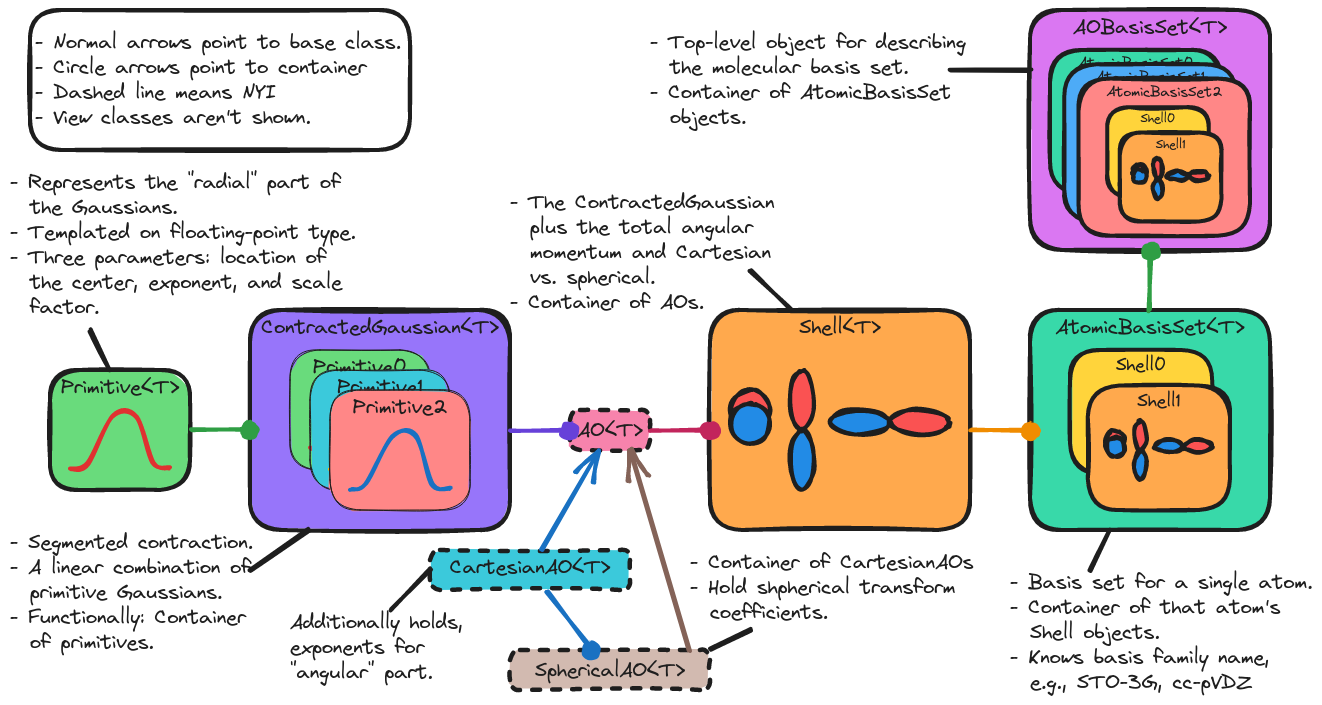
This is docs/source/developer/design/chemistry/assets/ao_basis_set.png from NWChemEx/Chemist, a Excalidraw export, as it was before one commit. Source tidied: one line per element, renumbered; positions are measured from the earlier drawing's top-left corner, leaving out a move shared by most shapes.
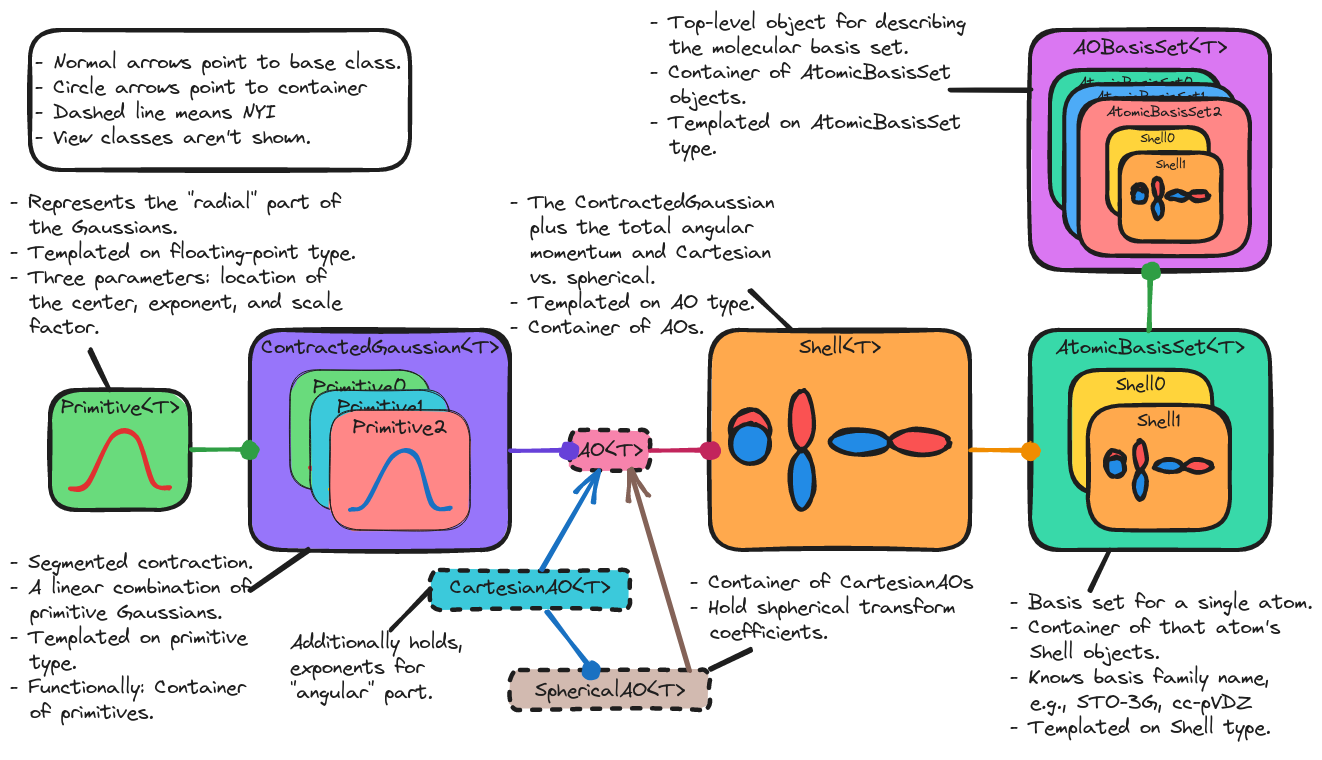
Later version of the same file.

What changed in the source:
```diff
@@ -6,7 +6,7 @@
 {"id": 5, "type": "text", "text": "Primitive<T>", "strokeColor": "#1e1e1e", "strokeWidth": 1, "roughness": 1, "fontSize": 20, "fontFamily": 1, "textAlign": "center", "inside": 4, "x": 51, "y": 365, "width": 118, "height": 25}
 {"id": 6, "type": "line", "strokeColor": "#e03131", "strokeWidth": 4, "roughness": 1, "round": true, "x": 61, "y": 459, "width": 99, "height": 53, "points": [[0, 0], [16, -5], [41, -53], [66, -53], [82, -5], [99, 0]]}
 {"id": 7, "type": "text", "text": "- Represents the \"radial\" part of\n  the Gaussians.\n- Templated on floating-point type. \n- Three parameters: location of \n  the center, exponent, and scale \n  factor.", "strokeColor": "#1e1e1e", "backgroundColor": "#69db7c", "fillStyle": "solid", "strokeWidth": 4, "roughness": 1, "fontSize": 20, "fontFamily": 1, "x": 0, "y": 160, "width": 356, "height": 150}
-{"id": 8, "type": "text", "text": "- Segmented contraction.\n- A linear combination of\n  primitive Gaussians.\n- Functionally: Container \n  of primitives.\n", "strokeColor": "#1e1e1e", "backgroundColor": "#69db7c", "fillStyle": "solid", "strokeWidth": 4, "roughness": 1, "fontSize": 20, "fontFamily": 1, "x": 0, "y": 520, "width": 246, "height": 150}
+{"id": 8, "type": "text", "text": "- Segmented contraction.\n- A linear combination of\n  primitive Gaussians.\n- Templated on primitive\n  type.\n- Functionally: Container \n  of primitives.\n", "strokeColor": "#1e1e1e", "backgroundColor": "#69db7c", "fillStyle": "solid", "strokeWidth": 4, "roughness": 1, "fontSize": 20, "fontFamily": 1, "x": 0, "y": 520, "width": 246, "height": 200}
 {"id": 9, "type": "rectangle", "strokeColor": "#1e1e1e", "backgroundColor": "#9775fa", "fillStyle": "solid", "strokeWidth": 4, "roughness": 1, "round": true, "x": 240, "y": 300, "width": 260, "height": 220}
 {"id": 10, "type": "text", "text": "ContractedGaussian<T>", "strokeColor": "#1e1e1e", "strokeWidth": 1, "roughness": 1, "fontSize": 20, "fontFamily": 1, "textAlign": "center", "inside": 9, "x": 251, "y": 305, "width": 237, "height": 25}
 {"id": 11, "type": "rectangle", "strokeColor": "#1e1e1e", "backgroundColor": "#69db7c", "fillStyle": "solid", "strokeWidth": 1, "roughness": 1, "round": true, "x": 280, "y": 340, "width": 140, "height": 120}
@@ -27,7 +27,7 @@
 {"id": 26, "type": "ellipse", "strokeColor": "#1e1e1e", "backgroundColor": "#228be6", "fillStyle": "solid", "strokeWidth": 4, "roughness": 1, "round": true, "x": 720, "y": 393, "width": 40, "height": 40}
 {"id": 27, "type": "ellipse", "strokeColor": "#1e1e1e", "angle": 1.57, "backgroundColor": "#fa5252", "fillStyle": "solid", "strokeWidth": 4, "roughness": 1, "round": true, "x": 898, "y": 382, "width": 24, "height": 60}
 {"id": 28, "type": "ellipse", "strokeColor": "#1e1e1e", "angle": 1.57, "backgroundColor": "#228be6", "fillStyle": "solid", "strokeWidth": 4, "roughness": 1, "round": true, "x": 838, "y": 382, "width": 24, "height": 60}
-{"id": 29, "type": "text", "text": "- The ContractedGaussian\n  plus the total angular\n  momentum and Cartesian\n  vs. spherical.\n- Container of AOs.", "strokeColor": "#1e1e1e", "backgroundColor": "#ffa94d", "fillStyle": "solid", "strokeWidth": 4, "roughness": 1, "fontSize": 20, "fontFamily": 1, "x": 500, "y": 180, "width": 265, "height": 125}
+{"id": 29, "type": "text", "text": "- The ContractedGaussian\n  plus the total angular\n  momentum and Cartesian\n  vs. spherical.\n- Templated on AO type.\n- Container of AOs.", "strokeColor": "#1e1e1e", "backgroundColor": "#ffa94d", "fillStyle": "solid", "strokeWidth": 4, "roughness": 1, "fontSize": 20, "fontFamily": 1, "x": 500, "y": 160, "width": 265, "height": 150}
 {"id": 30, "type": "rectangle", "strokeColor": "#1e1e1e", "backgroundColor": "#3bc9db", "fillStyle": "solid", "strokeWidth": 4, "strokeStyle": "dashed", "roughness": 1, "round": true, "x": 420, "y": 540, "width": 200, "height": 40}
 {"id": 31, "type": "text", "text": "CartesianAO<T>", "strokeColor": "#1e1e1e", "backgroundColor": "#ffa94d", "fillStyle": "solid", "strokeWidth": 4, "roughness": 1, "fontSize": 20, "fontFamily": 1, "textAlign": "center", "inside": 30, "x": 440, "y": 545, "width": 160, "height": 25}
 {"id": 32, "type": "rectangle", "strokeColor": "#1e1e1e", "backgroundColor": "#ffffff", "fillStyle": "solid", "strokeWidth": 4, "roughness": 1, "round": true, "x": 20, "y": 0, "width": 380, "height": 140}
@@ -78,7 +78,7 @@
 {"id": 77, "type": "ellipse", "strokeColor": "#1e1e1e", "angle": 1.57, "backgroundColor": "#fa5252", "fillStyle": "solid", "strokeWidth": 4, "roughness": 1, "round": true, "x": 1184, "y": 156, "width": 8, "height": 21}
 {"id": 78, "type": "ellipse", "strokeColor": "#1e1e1e", "angle": 1.57, "backgroundColor": "#228be6", "fillStyle": "solid", "strokeWidth": 4, "roughness": 1, "round": true, "x": 1163, "y": 156, "width": 8, "height": 21}
 {"id": 79, "type": "arrow", "strokeColor": "#2f9e44", "backgroundColor": "#da77f2", "fillStyle": "solid", "strokeWidth": 4, "roughness": 1, "endArrowhead": "dot", "round": true, "from": 2, "to": 66, "x": 1140, "y": 300, "width": 0, "height": 60, "points": [[0, 0], [0, -60]]}
-{"id": 80, "type": "text", "text": "- Top-level object for describing\n  the molecular basis set.\n- Container of AtomicBasisSet\n  objects.\n", "strokeColor": "#1e1e1e", "backgroundColor": "#da77f2", "fillStyle": "solid", "strokeWidth": 4, "roughness": 1, "fontSize": 20, "fontFamily": 1, "x": 640, "y": 20, "width": 316, "height": 125}
+{"id": 80, "type": "text", "text": "- Top-level object for describing\n  the molecular basis set.\n- Container of AtomicBasisSet\n  objects.\n- Templated on AtomicBasisSet\n  type.\n", "strokeColor": "#1e1e1e", "backgroundColor": "#da77f2", "fillStyle": "solid", "strokeWidth": 4, "roughness": 1, "fontSize": 20, "fontFamily": 1, "x": 640, "y": -20, "width": 316, "height": 175}
 {"id": 81, "type": "line", "strokeColor": "#1e1e1e", "backgroundColor": "#da77f2", "fillStyle": "solid", "strokeWidth": 4, "roughness": 1, "round": true, "x": 940, "y": 60, "width": 80, "height": 0, "points": [[0, 0], [80, 0]]}
-{"id": 82, "type": "text", "text": "- Basis set for a single atom.\n- Container of that atom's\n  Shell objects.\n- Knows basis family name,\n  e.g., STO-3G, cc-pVDZ", "strokeColor": "#1e1e1e", "backgroundColor": "#da77f2", "fillStyle": "solid", "strokeWidth": 4, "roughness": 1, "fontSize": 20, "fontFamily": 1, "x": 1000, "y": 560, "width": 303, "height": 125}
+{"id": 82, "type": "text", "text": "- Basis set for a single atom.\n- Container of that atom's\n  Shell objects.\n- Knows basis family name,\n  e.g., STO-3G, cc-pVDZ\n- Templated on Shell type.", "strokeColor": "#1e1e1e", "backgroundColor": "#da77f2", "fillStyle": "solid", "strokeWidth": 4, "roughness": 1, "fontSize": 20, "fontFamily": 1, "x": 1000, "y": 560, "width": 303, "height": 150}
 {"id": 83, "type": "line", "strokeColor": "#1e1e1e", "backgroundColor": "#da77f2", "fillStyle": "solid", "strokeWidth": 4, "roughness": 1, "round": true, "x": 1080, "y": 560, "width": 20, "height": 40, "points": [[0, 0], [20, -40]]}
```
